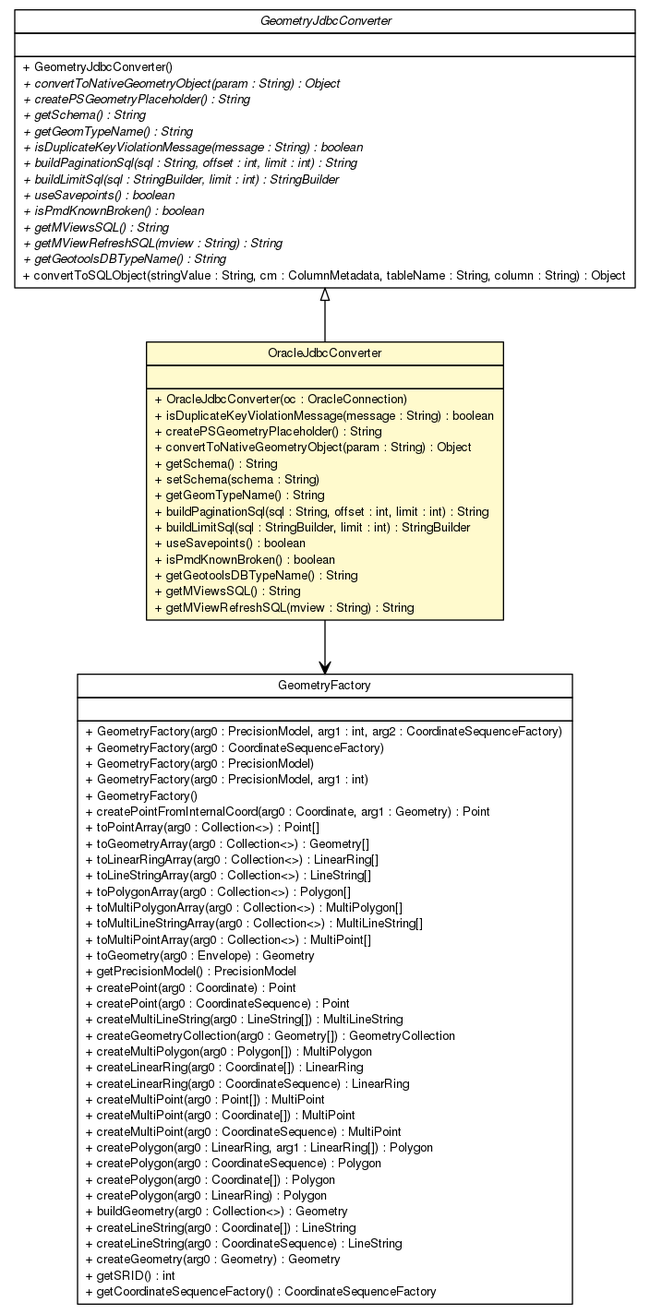
Above: brmo-loader/apidocs/nl/b3p/brmo/loader/jdbc/OracleJdbcConverter.png in B3Partners/brmo (Graphviz), before the change. Its source is kept beside it as brmo-loader/apidocs/nl/b3p/brmo/loader/jdbc/OracleJdbcConverter.dot.
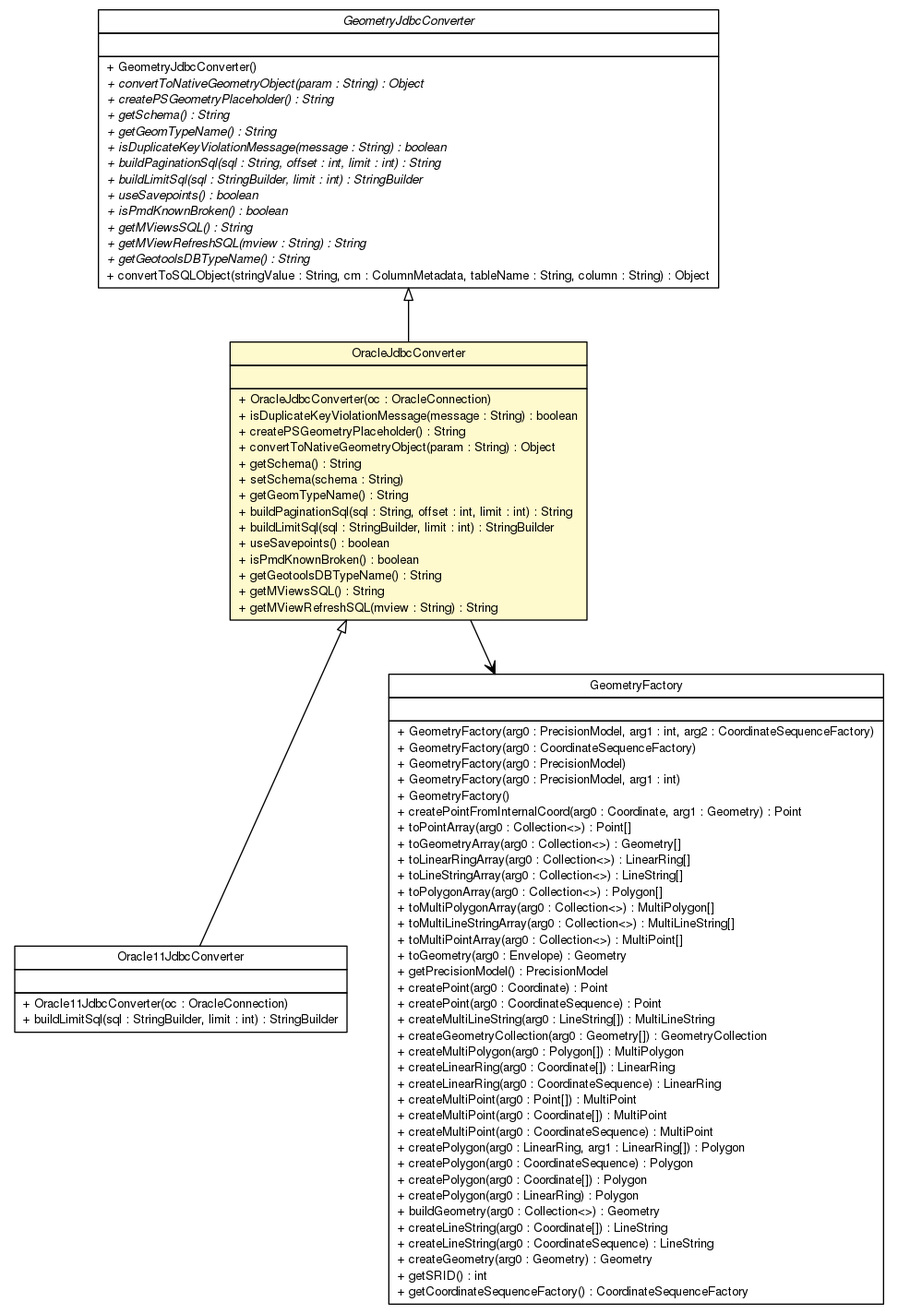
Above is the later version.

Diff of the diagram source:
```diff
@@ -4,7 +4,7 @@
 	node [fontname="Helvetica",fontsize=10,shape=plaintext];
 	nodesep=0.25;
 	ranksep=0.5;
-	c2248 [label=<<table title="nl.b3p.brmo.loader.jdbc.OracleJdbcConverter" border="0" cellborder="1" cellspacing="0" cellpadding="2" port="p" bgcolor="lemonChiffon" href="./OracleJdbcConverter.html">
+	c2199 [label=<<table title="nl.b3p.brmo.loader.jdbc.OracleJdbcConverter" border="0" cellborder="1" cellspacing="0" cellpadding="2" port="p" bgcolor="lemonChiffon" href="./OracleJdbcConverter.html">
 		<tr><td><table border="0" cellspacing="0" cellpadding="1">
 <tr><td align="center" balign="center"> OracleJdbcConverter </td></tr>
 		</table></td></tr>
@@ -28,7 +28,7 @@
 <tr><td align="left" balign="left"> + getMViewRefreshSQL(mview : String) : String </td></tr>
 		</table></td></tr>
 		</table>>, URL="./OracleJdbcConverter.html", fontname="Helvetica", fontcolor="black", fontsize=10.0];
-	c2249 [label=<<table title="nl.b3p.brmo.loader.jdbc.GeometryJdbcConverter" border="0" cellborder="1" cellspacing="0" cellpadding="2" port="p" href="./GeometryJdbcConverter.html">
+	c2200 [label=<<table title="nl.b3p.brmo.loader.jdbc.GeometryJdbcConverter" border="0" cellborder="1" cellspacing="0" cellpadding="2" port="p" href="./GeometryJdbcConverter.html">
 		<tr><td><table border="0" cellspacing="0" cellpadding="1">
 <tr><td align="center" balign="center"><font face="Helvetica-Oblique"> GeometryJdbcConverter </font></td></tr>
 		</table></td></tr>
@@ -52,9 +52,22 @@
 <tr><td align="left" balign="left"> + convertToSQLObject(stringValue : String, cm : ColumnMetadata, tableName : String, column : String) : Object </td></tr>
 		</table></td></tr>
 		</table>>, URL="./GeometryJdbcConverter.html", fontname="Helvetica", fontcolor="black", fontsize=10.0];
-	c2249:p -> c2248:p [dir=back,arrowtail=empty];
-	c2248:p -> c2258:p [taillabel="", label="", headlabel="", fontname="Helvetica", fontcolor="black", fontsize=10.0, color="black", arrowhead=open];
-	c2258 [label=<<table title="com.vividsolutions.jts.geom.GeometryFactory" border="0" cellborder="1" cellspacing="0" cellpadding="2" port="p">
+	c2201 [label=<<table title="nl.b3p.brmo.loader.jdbc.Oracle11JdbcConverter" border="0" cellborder="1" cellspacing="0" cellpadding="2" port="p" href="./Oracle11JdbcConverter.html">
+		<tr><td><table border="0" cellspacing="0" cellpadding="1">
+<tr><td align="center" balign="center"> Oracle11JdbcConverter </td></tr>
+		</table></td></tr>
+		<tr><td><table border="0" cellspacing="0" cellpadding="1">
+<tr><td align="left" balign="left">  </td></tr>
+		</table></td></tr>
+		<tr><td><table border="0" cellspacing="0" cellpadding="1">
+<tr><td align="left" balign="left"> + Oracle11JdbcConverter(oc : OracleConnection) </td></tr>
+<tr><td align="left" balign="left"> + buildLimitSql(sql : StringBuilder, limit : int) : StringBuilder </td></tr>
+		</table></td></tr>
+		</table>>, URL="./Oracle11JdbcConverter.html", fontname="Helvetica", fontcolor="black", fontsize=10.0];
+	c2200:p -> c2199:p [dir=back,arrowtail=empty];
+	c2199:p -> c2201:p [dir=back,arrowtail=empty];
+	c2199:p -> c2209:p [taillabel="", label="", headlabel="", fontname="Helvetica", fontcolor="black", fontsize=10.0, color="black", arrowhead=open];
+	c2209 [label=<<table title="com.vividsolutions.jts.geom.GeometryFactory" border="0" cellborder="1" cellspacing="0" cellpadding="2" port="p">
 		<tr><td><table border="0" cellspacing="0" cellpadding="1">
 <tr><td align="center" balign="center"> GeometryFactory </td></tr>
 		</table></td></tr>
```
